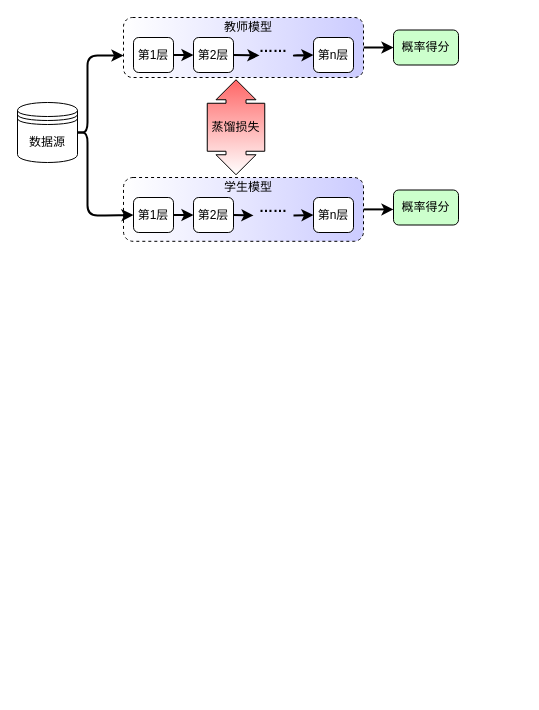
This is feature-KD.drawio from Noeverer/Mindmap, a draw.io file, before an edit. Source tidied: cells renumbered, new cells numbered last; positions are measured from the earlier drawing's top-left corner, leaving out a move shared by most shapes. Both pictures are drawn from the tidied source at 100%, with x=0, y=0 at pixel (17, 17).
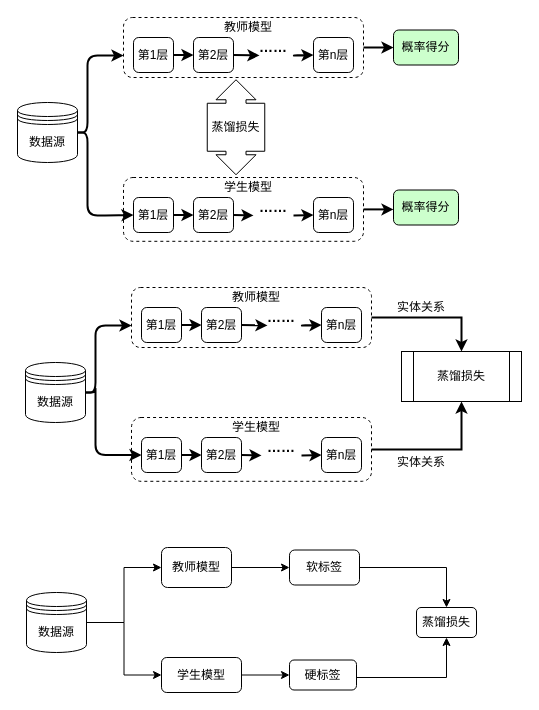
The same diagram, later.

Diff of the diagram source:
```diff
@@
-    <mxCell id="3" style="rounded=1;whiteSpace=wrap;html=1;gradientColor=#CCCCFF;gradientDirection=east;dashed=1;" parent="1" vertex="1">
+    <mxCell id="3" style="rounded=1;whiteSpace=wrap;html=1;gradientColor=#CCCCFF;gradientDirection=east;dashed=1;fillColor=none;" parent="1" vertex="1">
       <mxGeometry x="106" y="160" width="240" height="63.8" as="geometry" />
     </mxCell>
@@
-    <mxCell id="5" style="rounded=1;whiteSpace=wrap;html=1;gradientColor=#CCCCFF;gradientDirection=east;dashed=1;" parent="1" vertex="1">
+    <mxCell id="5" style="rounded=1;whiteSpace=wrap;html=1;gradientColor=#CCCCFF;gradientDirection=east;dashed=1;fillColor=none;" parent="1" vertex="1">
       <mxGeometry x="106" width="240" height="60" as="geometry" />
     </mxCell>
@@
-    <mxCell id="25" style="html=1;shadow=0;dashed=0;align=center;verticalAlign=middle;shape=mxgraph.arrows2.calloutDoubleArrow;dy=10;dx=20;notch=24;arrowHead=10;rotation=90;gradientColor=#FF6666;gradientDirection=west;" parent="1" vertex="1">
+    <mxCell id="25" style="html=1;shadow=0;dashed=0;align=center;verticalAlign=middle;shape=mxgraph.arrows2.calloutDoubleArrow;dy=10;dx=20;notch=24;arrowHead=10;rotation=90;gradientColor=#FF6666;gradientDirection=west;fillColor=none;" parent="1" vertex="1">
       <mxGeometry x="171" y="81" width="95" height="57.5" as="geometry" />
     </mxCell>
@@
+    <mxCell id="29" style="edgeStyle=orthogonalEdgeStyle;rounded=0;jettySize=auto;html=1;exitX=1;exitY=0.5;exitDx=0;exitDy=0;entryX=0.5;entryY=1;entryDx=0;entryDy=0;strokeWidth=2;" parent="1" edge="1" source="30" target="52">
+      <mxGeometry relative="1" as="geometry" />
+    </mxCell>
+    <mxCell id="30" style="rounded=1;whiteSpace=wrap;html=1;gradientColor=#CCCCFF;gradientDirection=east;dashed=1;fillColor=none;" parent="1" vertex="1">
+      <mxGeometry x="114" y="400" width="240" height="63.8" as="geometry" />
+    </mxCell>
+    <mxCell id="31" style="edgeStyle=orthogonalEdgeStyle;rounded=0;jettySize=auto;html=1;exitX=1;exitY=0.5;exitDx=0;exitDy=0;entryX=0.5;entryY=0;entryDx=0;entryDy=0;strokeWidth=2;" parent="1" edge="1" source="32" target="52">
+      <mxGeometry relative="1" as="geometry" />
+    </mxCell>
+    <mxCell id="32" style="rounded=1;whiteSpace=wrap;html=1;gradientColor=#CCCCFF;gradientDirection=east;dashed=1;fillColor=none;" parent="1" vertex="1">
+      <mxGeometry x="114" y="270" width="240" height="60" as="geometry" />
+    </mxCell>
+    <mxCell id="33" value="数据源" style="shape=datastore;whiteSpace=wrap;html=1;" parent="1" vertex="1">
+      <mxGeometry x="8" y="345" width="60" height="60" as="geometry" />
+    </mxCell>
+    <mxCell id="34" value="第1层" style="rounded=1;whiteSpace=wrap;html=1;" parent="1" vertex="1">
+      <mxGeometry x="124" y="290" width="40" height="35" as="geometry" />
+    </mxCell>
+    <mxCell id="35" value="第2层" style="rounded=1;whiteSpace=wrap;html=1;" parent="1" vertex="1">
+      <mxGeometry x="184" y="290" width="40" height="35" as="geometry" />
+    </mxCell>
+    <mxCell id="36" value="第n层" style="rounded=1;whiteSpace=wrap;html=1;" parent="1" vertex="1">
+      <mxGeometry x="304" y="290" width="40" height="35" as="geometry" />
+    </mxCell>
+    <mxCell id="37" style="endArrow=classic;html=1;exitX=1;exitY=0.5;exitDx=0;exitDy=0;entryX=0;entryY=0.5;entryDx=0;entryDy=0;strokeWidth=2;" parent="1" edge="1" source="34" target="35">
+      <mxGeometry relative="1" as="geometry" />
+    </mxCell>
+    <mxCell id="38" style="edgeStyle=segmentEdgeStyle;endArrow=classic;html=1;strokeWidth=2;" parent="1" edge="1">
+      <mxGeometry relative="1" as="geometry">
+        <mxPoint x="68" y="375" as="sourcePoint" />
+        <mxPoint x="114" y="308" as="targetPoint" />
+        <Array as="points">
+          <mxPoint x="68" y="375" />
+          <mxPoint x="78" y="375" />
+          <mxPoint x="78" y="308" />
+        </Array>
+      </mxGeometry>
+    </mxCell>
+    <mxCell id="39" value="&lt;font size=&quot;1&quot;&gt;&lt;b style=&quot;font-size: 14px&quot;&gt;……&lt;/b&gt;&lt;/font&gt;" style="text;html=1;strokeColor=none;fillColor=none;align=center;verticalAlign=middle;whiteSpace=wrap;rounded=0;" parent="1" vertex="1">
+      <mxGeometry x="244" y="290" width="40" height="20" as="geometry" />
+    </mxCell>
+    <mxCell id="40" value="第1层" style="rounded=1;whiteSpace=wrap;html=1;" parent="1" vertex="1">
+      <mxGeometry x="124" y="420" width="40" height="35" as="geometry" />
+    </mxCell>
+    <mxCell id="41" value="第2层" style="rounded=1;whiteSpace=wrap;html=1;" parent="1" vertex="1">
+      <mxGeometry x="184" y="420" width="40" height="35" as="geometry" />
+    </mxCell>
+    <mxCell id="42" value="第n层" style="rounded=1;whiteSpace=wrap;html=1;" parent="1" vertex="1">
+      <mxGeometry x="304" y="420" width="40" height="35" as="geometry" />
+    </mxCell>
+    <mxCell id="43" style="endArrow=classic;html=1;exitX=1;exitY=0.5;exitDx=0;exitDy=0;entryX=0;entryY=0.5;entryDx=0;entryDy=0;strokeWidth=2;" parent="1" edge="1" source="40" target="41">
+      <mxGeometry relative="1" as="geometry" />
+    </mxCell>
+    <mxCell id="44" style="edgeStyle=segmentEdgeStyle;endArrow=classic;html=1;strokeWidth=2;entryX=0;entryY=0.5;entryDx=0;entryDy=0;exitX=1;exitY=0.5;exitDx=0;exitDy=0;" parent="1" edge="1" source="33" target="40">
+      <mxGeometry relative="1" as="geometry">
+        <Array as="points">
+          <mxPoint x="78" y="370" />
+          <mxPoint x="78" y="438" />
+          <mxPoint x="103" y="438" />
+        </Array>
+      </mxGeometry>
+    </mxCell>
+    <mxCell id="45" value="&lt;font size=&quot;1&quot;&gt;&lt;b style=&quot;font-size: 14px&quot;&gt;……&lt;/b&gt;&lt;/font&gt;" style="text;html=1;strokeColor=none;fillColor=none;align=center;verticalAlign=middle;whiteSpace=wrap;rounded=0;" parent="1" vertex="1">
+      <mxGeometry x="244" y="420" width="40" height="20" as="geometry" />
+    </mxCell>
+    <mxCell id="46" style="endArrow=classic;html=1;exitX=1;exitY=0.5;exitDx=0;exitDy=0;strokeWidth=2;" parent="1" edge="1" source="41">
+      <mxGeometry relative="1" as="geometry">
+        <mxPoint x="244" y="438" as="targetPoint" />
+      </mxGeometry>
+    </mxCell>
+    <mxCell id="47" style="endArrow=classic;html=1;strokeWidth=2;entryX=0;entryY=0.5;entryDx=0;entryDy=0;" parent="1" edge="1" target="42">
+      <mxGeometry relative="1" as="geometry">
+        <mxPoint x="284" y="438" as="sourcePoint" />
+      </mxGeometry>
+    </mxCell>
+    <mxCell id="48" value="教师模型" style="text;html=1;strokeColor=none;fillColor=none;align=center;verticalAlign=middle;whiteSpace=wrap;rounded=0;dashed=1;" parent="1" vertex="1">
+      <mxGeometry x="184" y="270" width="110" height="20" as="geometry" />
+    </mxCell>
+    <mxCell id="49" value="学生模型" style="text;html=1;strokeColor=none;fillColor=none;align=center;verticalAlign=middle;whiteSpace=wrap;rounded=0;dashed=1;" parent="1" vertex="1">
+      <mxGeometry x="179" y="400" width="120" height="20" as="geometry" />
+    </mxCell>
+    <mxCell id="50" style="endArrow=classic;html=1;exitX=1;exitY=0.5;exitDx=0;exitDy=0;strokeWidth=2;" parent="1" edge="1" source="35">
+      <mxGeometry relative="1" as="geometry">
+        <mxPoint x="250" y="308" as="targetPoint" />
+      </mxGeometry>
+    </mxCell>
+    <mxCell id="51" style="endArrow=classic;html=1;strokeWidth=2;entryX=0;entryY=0.5;entryDx=0;entryDy=0;" parent="1" edge="1" target="36">
+      <mxGeometry relative="1" as="geometry">
+        <mxPoint x="300" y="308" as="sourcePoint" />
+        <Array as="points">
+          <mxPoint x="280" y="308" />
+        </Array>
+      </mxGeometry>
+    </mxCell>
+    <mxCell id="52" value="蒸馏损失" style="shape=process;whiteSpace=wrap;html=1;backgroundOutline=1;fillColor=none;" parent="1" vertex="1">
+      <mxGeometry x="384" y="334" width="120" height="50" as="geometry" />
+    </mxCell>
+    <mxCell id="53" value="实体关系" style="text;html=1;strokeColor=none;fillColor=none;align=center;verticalAlign=middle;whiteSpace=wrap;rounded=0;" parent="1" vertex="1">
+      <mxGeometry x="374" y="280" width="60" height="20" as="geometry" />
+    </mxCell>
+    <mxCell id="54" value="实体关系" style="text;html=1;strokeColor=none;fillColor=none;align=center;verticalAlign=middle;whiteSpace=wrap;rounded=0;" parent="1" vertex="1">
+      <mxGeometry x="374" y="435" width="60" height="20" as="geometry" />
+    </mxCell>
+    <mxCell id="55" style="edgeStyle=orthogonalEdgeStyle;rounded=0;jettySize=auto;html=1;exitX=1;exitY=0.5;exitDx=0;exitDy=0;entryX=0;entryY=0.5;entryDx=0;entryDy=0;" parent="1" edge="1" source="57" target="59">
+      <mxGeometry relative="1" as="geometry" />
+    </mxCell>
+    <mxCell id="56" style="edgeStyle=orthogonalEdgeStyle;rounded=0;jettySize=auto;html=1;exitX=1;exitY=0.5;exitDx=0;exitDy=0;entryX=0;entryY=0.5;entryDx=0;entryDy=0;" parent="1" edge="1" source="57" target="61">
+      <mxGeometry relative="1" as="geometry" />
+    </mxCell>
+    <mxCell id="57" value="数据源" style="shape=datastore;whiteSpace=wrap;html=1;fillColor=none;" parent="1" vertex="1">
+      <mxGeometry x="9" y="575" width="60" height="60" as="geometry" />
+    </mxCell>
+    <mxCell id="58" style="edgeStyle=orthogonalEdgeStyle;rounded=0;jettySize=auto;html=1;exitX=1;exitY=0.5;exitDx=0;exitDy=0;entryX=0;entryY=0.5;entryDx=0;entryDy=0;" parent="1" edge="1" source="59" target="63">
+      <mxGeometry relative="1" as="geometry" />
+    </mxCell>
+    <mxCell id="59" value="教师模型" style="rounded=1;whiteSpace=wrap;html=1;fillColor=none;" parent="1" vertex="1">
+      <mxGeometry x="144" y="530" width="70" height="40" as="geometry" />
+    </mxCell>
+    <mxCell id="60" style="edgeStyle=orthogonalEdgeStyle;rounded=0;jettySize=auto;html=1;exitX=1;exitY=0.5;exitDx=0;exitDy=0;entryX=0;entryY=0.5;entryDx=0;entryDy=0;" parent="1" edge="1" source="61" target="65">
+      <mxGeometry relative="1" as="geometry" />
+    </mxCell>
+    <mxCell id="61" value="学生模型" style="rounded=1;whiteSpace=wrap;html=1;fillColor=none;" parent="1" vertex="1">
+      <mxGeometry x="144" y="640" width="80" height="35" as="geometry" />
+    </mxCell>
+    <mxCell id="62" style="edgeStyle=orthogonalEdgeStyle;rounded=0;jettySize=auto;html=1;exitX=1;exitY=0.5;exitDx=0;exitDy=0;entryX=0.5;entryY=0;entryDx=0;entryDy=0;" parent="1" edge="1" source="63" target="66">
+      <mxGeometry relative="1" as="geometry" />
+    </mxCell>
+    <mxCell id="63" value="软标签" style="rounded=1;whiteSpace=wrap;html=1;fillColor=none;" parent="1" vertex="1">
+      <mxGeometry x="272" y="532.5" width="70" height="35" as="geometry" />
+    </mxCell>
+    <mxCell id="64" style="edgeStyle=orthogonalEdgeStyle;rounded=0;jettySize=auto;html=1;exitX=1;exitY=0.5;exitDx=0;exitDy=0;entryX=0.5;entryY=1;entryDx=0;entryDy=0;" parent="1" edge="1" source="65" target="66">
+      <mxGeometry relative="1" as="geometry">
+        <Array as="points">
+          <mxPoint x="429" y="660" />
+        </Array>
+      </mxGeometry>
+    </mxCell>
+    <mxCell id="65" value="硬标签" style="rounded=1;whiteSpace=wrap;html=1;fillColor=none;" parent="1" vertex="1">
+      <mxGeometry x="272" y="642.5" width="67" height="30" as="geometry" />
+    </mxCell>
+    <mxCell id="66" value="蒸馏损失" style="rounded=1;whiteSpace=wrap;html=1;fillColor=none;" parent="1" vertex="1">
+      <mxGeometry x="399" y="590" width="60" height="30" as="geometry" />
+    </mxCell>
```
